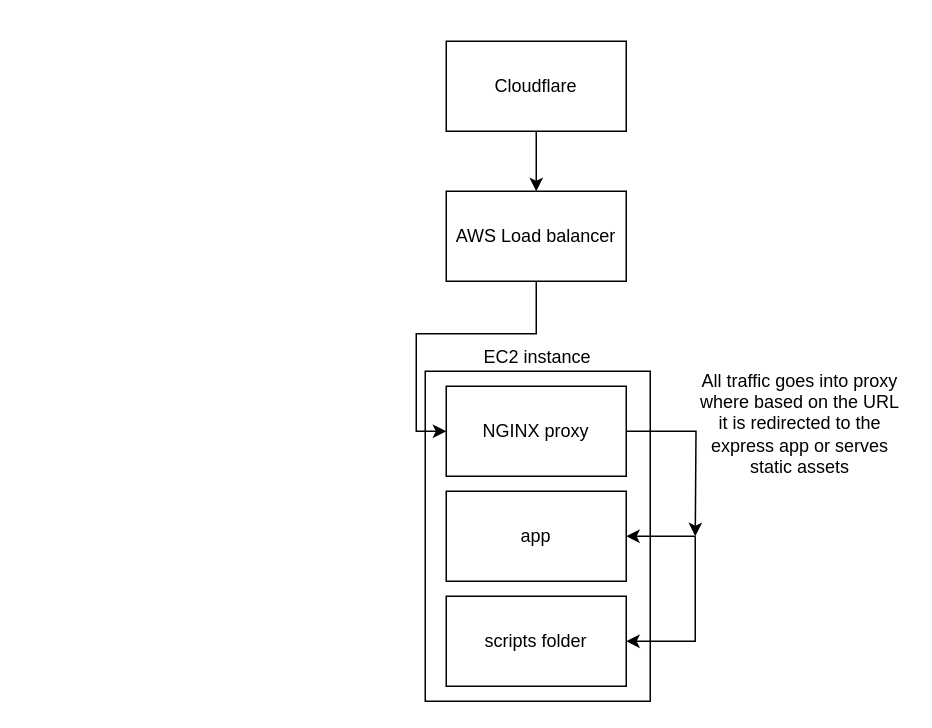
Earlier version of the draw.io diagram Untitled Diagram.drawio (JakeRowsell89/draw.io). Source tidied: cells renumbered, new cells numbered last; positions are measured from the earlier drawing's top-left corner, leaving out a move shared by most shapes. Both pictures are drawn from the tidied source at 150%, with x=0, y=0 at pixel (424, 40).
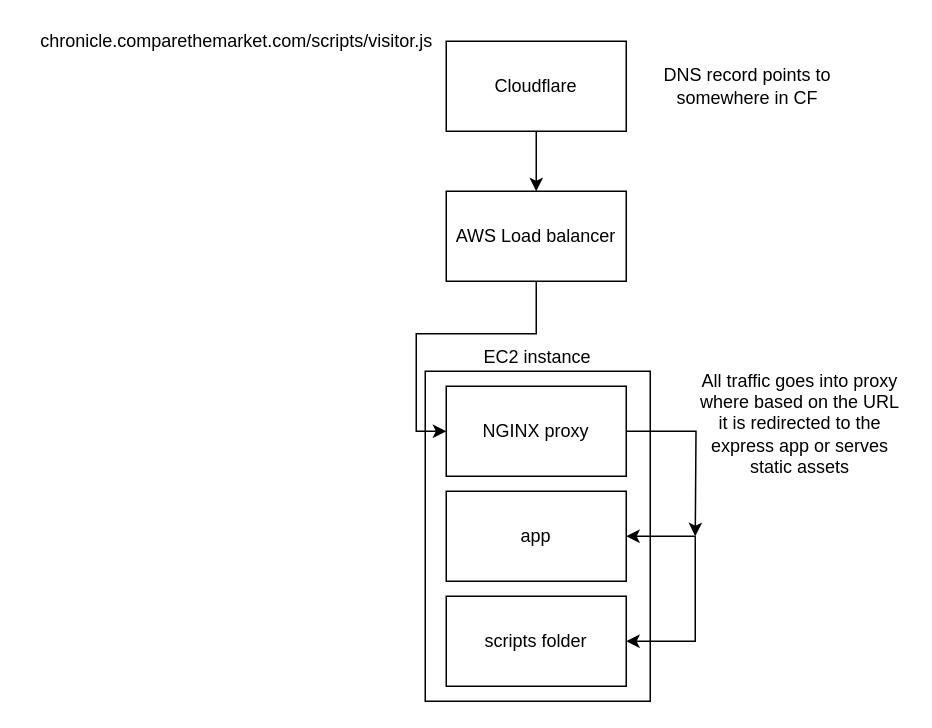
Above is the later version.

Diff of the diagram source:
```diff
@@
 <mxGraphModel>
   <root>
     <mxCell id="0" />
     <mxCell id="1" parent="0" />
     <mxCell id="2" style="edgeStyle=orthogonalEdgeStyle;rounded=0;jettySize=auto;html=1;exitX=0.5;exitY=1;exitDx=0;exitDy=0;entryX=0.5;entryY=0;entryDx=0;entryDy=0;" parent="1" edge="1" source="3" target="4">
       <mxGeometry relative="1" as="geometry" />
     </mxCell>
     <mxCell id="3" value="Cloudflare" style="rounded=0;whiteSpace=wrap;html=1;" parent="1" vertex="1">
       <mxGeometry x="14" width="120" height="60" as="geometry" />
     </mxCell>
     <mxCell id="4" value="AWS Load balancer" style="rounded=0;whiteSpace=wrap;html=1;" parent="1" vertex="1">
       <mxGeometry x="14" y="100" width="120" height="60" as="geometry" />
     </mxCell>
     <mxCell id="5" value="EC2 instance" style="rounded=0;whiteSpace=wrap;html=1;labelPosition=center;verticalLabelPosition=top;align=center;verticalAlign=bottom;" parent="1" vertex="1">
       <mxGeometry y="220" width="150" height="220" as="geometry" />
     </mxCell>
     <mxCell id="6" style="edgeStyle=orthogonalEdgeStyle;rounded=0;jettySize=auto;html=1;exitX=1;exitY=0.5;exitDx=0;exitDy=0;" parent="1" edge="1" source="7">
       <mxGeometry relative="1" as="geometry">
         <mxPoint x="180" y="330" as="targetPoint" />
       </mxGeometry>
     </mxCell>
     <mxCell id="7" value="NGINX proxy" style="rounded=0;whiteSpace=wrap;html=1;" parent="1" vertex="1">
       <mxGeometry x="14" y="230" width="120" height="60" as="geometry" />
     </mxCell>
     <mxCell id="8" value="app" style="rounded=0;whiteSpace=wrap;html=1;" parent="1" vertex="1">
       <mxGeometry x="14" y="300" width="120" height="60" as="geometry" />
     </mxCell>
     <mxCell id="9" value="scripts folder" style="rounded=0;whiteSpace=wrap;html=1;" parent="1" vertex="1">
       <mxGeometry x="14" y="370" width="120" height="60" as="geometry" />
     </mxCell>
     <mxCell id="10" value="All traffic goes into proxy where based on the URL it is redirected to the express app or serves static assets" style="text;html=1;strokeColor=none;fillColor=none;align=center;verticalAlign=middle;whiteSpace=wrap;rounded=0;" parent="1" vertex="1">
       <mxGeometry x="180" y="220" width="140" height="70" as="geometry" />
     </mxCell>
     <mxCell id="11" style="endArrow=classic;html=1;entryX=1;entryY=0.5;entryDx=0;entryDy=0;rounded=0;" parent="1" edge="1" target="9">
       <mxGeometry relative="1" as="geometry">
         <mxPoint x="180" y="330" as="sourcePoint" />
         <Array as="points">
           <mxPoint x="180" y="400" />
         </Array>
       </mxGeometry>
     </mxCell>
     <mxCell id="12" style="endArrow=classic;html=1;" parent="1" edge="1" target="8">
       <mxGeometry relative="1" as="geometry">
         <mxPoint x="180" y="330" as="sourcePoint" />
       </mxGeometry>
     </mxCell>
     <mxCell id="13" style="edgeStyle=orthogonalEdgeStyle;rounded=0;jettySize=auto;html=1;exitX=0.5;exitY=1;exitDx=0;exitDy=0;entryX=0;entryY=0.5;entryDx=0;entryDy=0;" parent="1" edge="1" source="4" target="7">
       <mxGeometry relative="1" as="geometry" />
     </mxCell>
+    <mxCell id="14" value="DNS record points to somewhere in CF" style="text;html=1;strokeColor=none;fillColor=none;align=center;verticalAlign=middle;whiteSpace=wrap;rounded=0;" parent="1" vertex="1">
+      <mxGeometry x="140" y="15" width="150" height="30" as="geometry" />
+    </mxCell>
+    <mxCell id="15" value="chronicle.comparethemarket.com/scripts/visitor.js" style="text;html=1;align=center;verticalAlign=middle;" parent="1" vertex="1">
+      <mxGeometry x="-266" y="-10" width="280" height="20" as="geometry" />
+    </mxCell>
   </root>
 </mxGraphModel>
```
